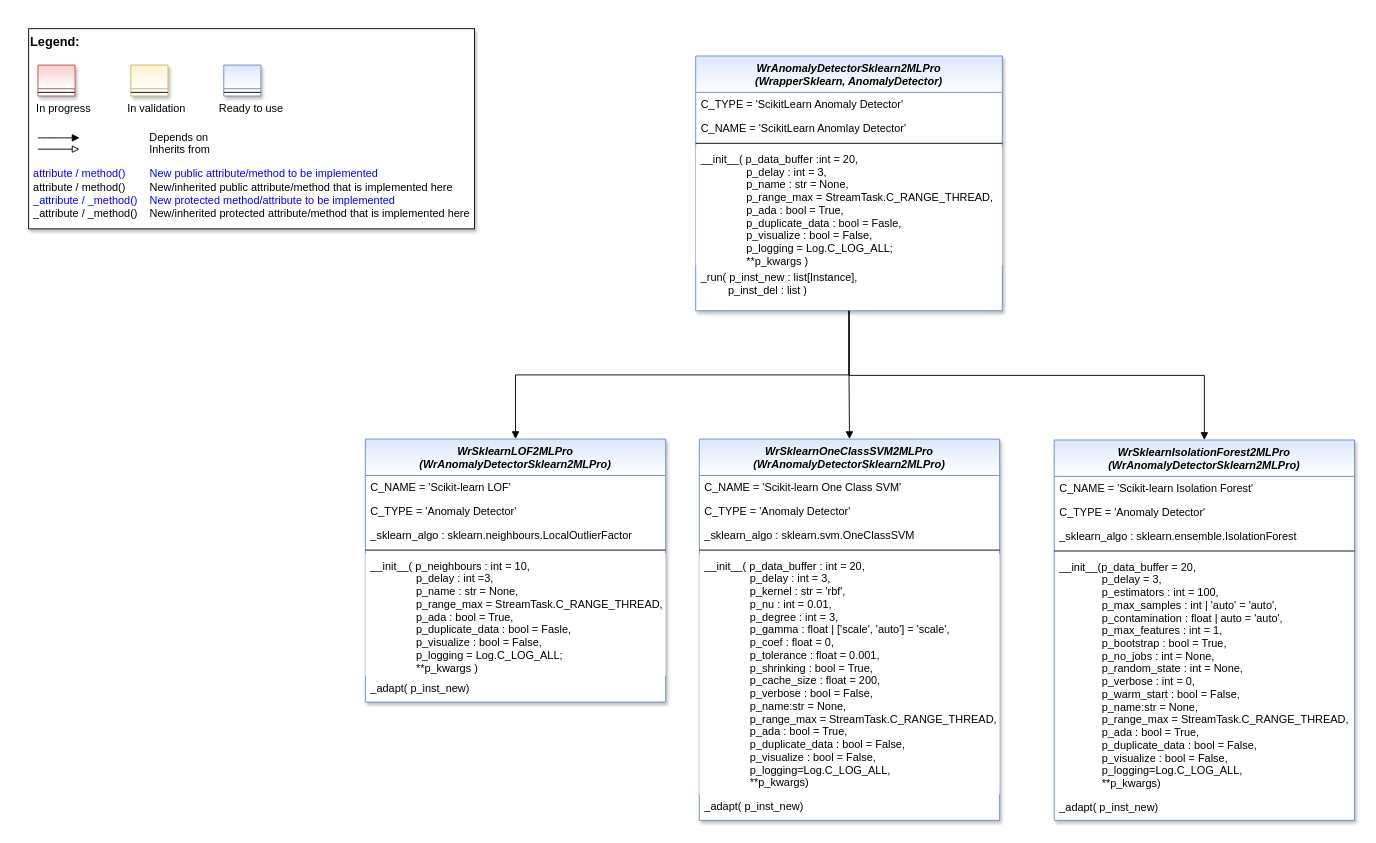
The draw.io diagram doc/rtd/content/02_api/images/MLPro-Int-scikit-learn-Anomaly_Detectors.drawio in fhswf/MLPro-Int-scikit-learn, before the edit. Source tidied: cells renumbered, new cells numbered last; positions are measured from the earlier drawing's top-left corner, leaving out a move shared by most shapes. Both pictures are drawn from the tidied source at 91%, with x=0, y=0 at pixel (28, 28).
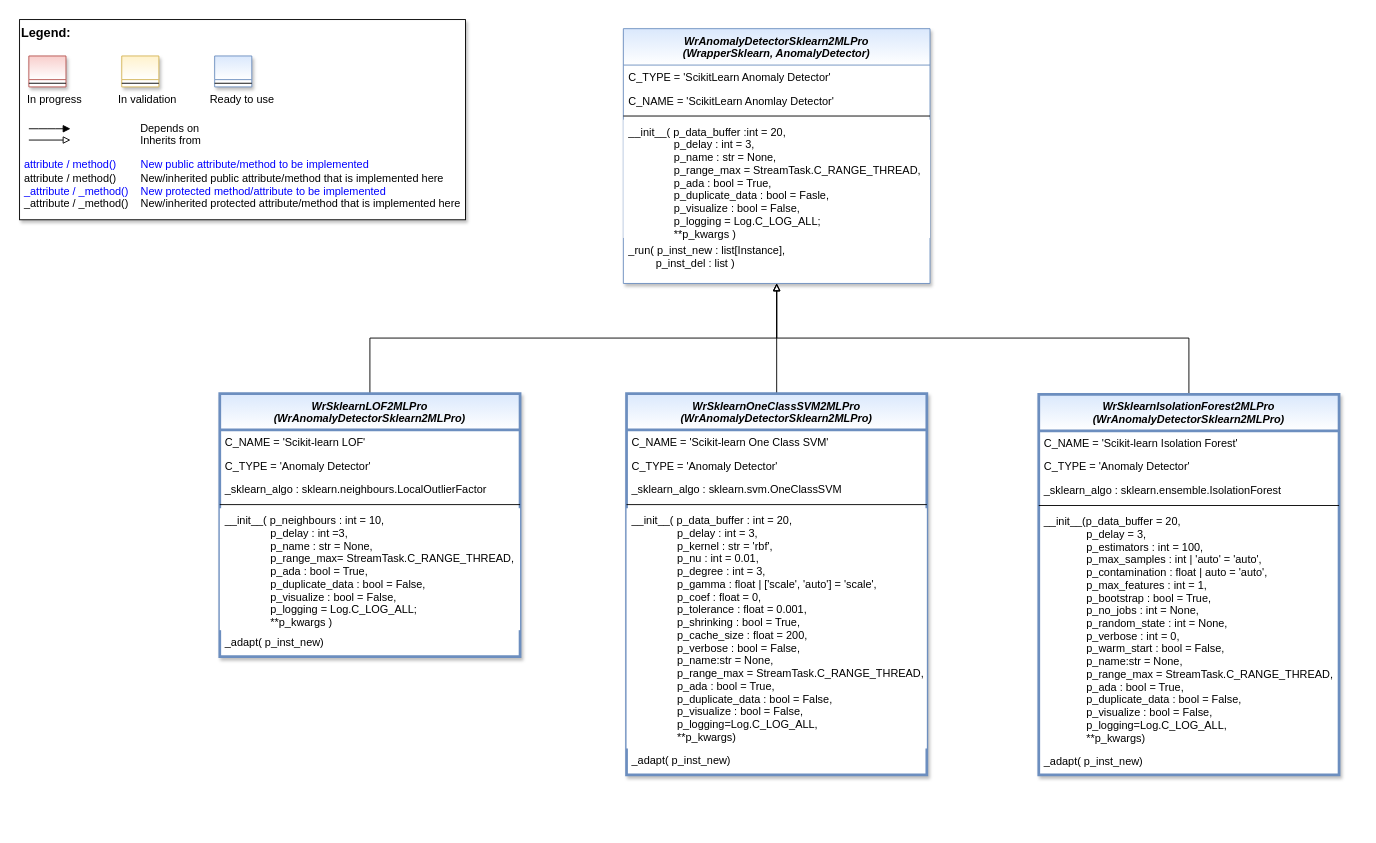
Above is the later version.

What changed in the source:
```diff
@@
     <mxCell id="2" style="group;" parent="1" vertex="1">
-      <mxGeometry width="490" height="220" as="geometry" />
+      <mxGeometry x="-10" y="-10" width="490" height="220" as="geometry" />
     </mxCell>
@@
+    <mxCell id="42" style="edgeStyle=orthogonalEdgeStyle;rounded=0;jettySize=auto;html=1;endArrow=block;endFill=0;" parent="1" edge="1" source="12" target="26">
+      <mxGeometry relative="1" as="geometry" />
+    </mxCell>
-    <mxCell id="12" value="WrSklearnOneClassSVM2MLPro&#10;(WrAnomalyDetectorSklearn2MLPro)" style="swimlane;fontStyle=3;align=center;verticalAlign=top;horizontal=1;startSize=40;rounded=0;shadow=1;strokeWidth=1;fillColor=#dae8fc;strokeColor=#6c8ebf;swimlaneFillColor=#ffffff;gradientColor=#FFFFFF;" parent="1" vertex="1">
-      <mxGeometry x="737" y="451" width="330" height="419" as="geometry" />
+    <mxCell id="12" value="WrSklearnOneClassSVM2MLPro&#10;(WrAnomalyDetectorSklearn2MLPro)" style="swimlane;fontStyle=3;align=center;verticalAlign=top;horizontal=1;startSize=40;rounded=0;shadow=1;strokeWidth=3;fillColor=#dae8fc;strokeColor=#6c8ebf;swimlaneFillColor=#ffffff;gradientColor=#FFFFFF;" parent="1" vertex="1">
+      <mxGeometry x="657" y="401" width="330" height="419" as="geometry" />
     </mxCell>
@@
+    <mxCell id="43" style="edgeStyle=orthogonalEdgeStyle;rounded=0;jettySize=auto;html=1;endArrow=block;endFill=0;" parent="1" edge="1" source="19" target="26">
+      <mxGeometry relative="1" as="geometry">
+        <Array as="points">
+          <mxPoint x="375" y="340" />
+          <mxPoint x="822" y="340" />
+        </Array>
+      </mxGeometry>
+    </mxCell>
-    <mxCell id="19" value="WrSklearnLOF2MLPro&#10;(WrAnomalyDetectorSklearn2MLPro)" style="swimlane;fontStyle=3;align=center;verticalAlign=top;horizontal=1;startSize=40;rounded=0;shadow=1;strokeWidth=1;fillColor=#dae8fc;strokeColor=#6c8ebf;swimlaneFillColor=#ffffff;gradientColor=#FFFFFF;" parent="1" vertex="1">
-      <mxGeometry x="370" y="451" width="330" height="289" as="geometry" />
+    <mxCell id="19" value="WrSklearnLOF2MLPro&#10;(WrAnomalyDetectorSklearn2MLPro)" style="swimlane;fontStyle=3;align=center;verticalAlign=top;horizontal=1;startSize=40;rounded=0;shadow=1;strokeWidth=3;fillColor=#dae8fc;strokeColor=#6c8ebf;swimlaneFillColor=#ffffff;gradientColor=#FFFFFF;" parent="1" vertex="1">
+      <mxGeometry x="210" y="401" width="330" height="289" as="geometry" />
     </mxCell>
@@
-    <mxCell id="24" value="__init__( p_neighbours : int = 10,&#10;               p_delay : int =3,&#10;               p_name : str = None,&#10;               p_range_max = StreamTask.C_RANGE_THREAD,&#10;               p_ada : bool = True,&#10;               p_duplicate_data : bool = Fasle,&#10;               p_visualize : bool = False,&#10;               p_logging = Log.C_LOG_ALL;&#10;               **p_kwargs )" style="text;align=left;verticalAlign=top;spacingLeft=4;spacingRight=4;overflow=hidden;fontColor=#000000;fillColor=#FFFFFF;labelBackgroundColor=default;" parent="19" vertex="1">
+    <mxCell id="24" value="__init__( p_neighbours : int = 10,&#10;               p_delay : int =3,&#10;               p_name : str = None,&#10;               p_range_max= StreamTask.C_RANGE_THREAD,&#10;               p_ada : bool = True,&#10;               p_duplicate_data : bool = False,&#10;               p_visualize : bool = False,&#10;               p_logging = Log.C_LOG_ALL;&#10;               **p_kwargs )" style="text;align=left;verticalAlign=top;spacingLeft=4;spacingRight=4;overflow=hidden;fontColor=#000000;fillColor=#FFFFFF;labelBackgroundColor=default;" parent="19" vertex="1">
       <mxGeometry y="126" width="330" height="134" as="geometry" />
     </mxCell>
@@
     <mxCell id="26" value="WrAnomalyDetectorSklearn2MLPro&#10;(WrapperSklearn, AnomalyDetector)" style="swimlane;fontStyle=3;align=center;verticalAlign=top;horizontal=1;startSize=40;rounded=0;shadow=1;strokeWidth=1;fillColor=#dae8fc;strokeColor=#6c8ebf;swimlaneFillColor=#ffffff;gradientColor=#FFFFFF;" parent="1" vertex="1">
-      <mxGeometry x="733" y="30" width="337" height="280" as="geometry" />
+      <mxGeometry x="653.5" width="337" height="280" as="geometry" />
     </mxCell>
@@
+    <mxCell id="44" style="edgeStyle=orthogonalEdgeStyle;rounded=0;jettySize=auto;html=1;endArrow=block;endFill=0;" parent="1" edge="1" source="32" target="26">
+      <mxGeometry relative="1" as="geometry">
+        <Array as="points">
+          <mxPoint x="1275" y="340" />
+          <mxPoint x="822" y="340" />
+        </Array>
+      </mxGeometry>
+    </mxCell>
-    <mxCell id="32" value="WrSklearnIsolationForest2MLPro&#10;(WrAnomalyDetectorSklearn2MLPro)" style="swimlane;fontStyle=3;align=center;verticalAlign=top;horizontal=1;startSize=40;rounded=0;shadow=1;strokeWidth=1;fillColor=#dae8fc;strokeColor=#6c8ebf;swimlaneFillColor=#ffffff;gradientColor=#FFFFFF;" parent="1" vertex="1">
-      <mxGeometry x="1127" y="452" width="330" height="418" as="geometry" />
+    <mxCell id="32" value="WrSklearnIsolationForest2MLPro&#10;(WrAnomalyDetectorSklearn2MLPro)" style="swimlane;fontStyle=3;align=center;verticalAlign=top;horizontal=1;startSize=40;rounded=0;shadow=1;strokeWidth=3;fillColor=#dae8fc;strokeColor=#6c8ebf;swimlaneFillColor=#ffffff;gradientColor=#FFFFFF;" parent="1" vertex="1">
+      <mxGeometry x="1110" y="402" width="330" height="418" as="geometry" />
     </mxCell>
@@
-    <mxCell id="39" style="edgeStyle=orthogonalEdgeStyle;rounded=0;jettySize=auto;html=1;fontColor=default;endArrow=block;endFill=1;exitX=0.5;exitY=1;exitDx=0;exitDy=0;entryX=0.5;entryY=0;entryDx=0;entryDy=0;" parent="1" edge="1" source="26" target="12">
-      <mxGeometry relative="1" as="geometry" />
-    </mxCell>
-    <mxCell id="40" style="edgeStyle=orthogonalEdgeStyle;rounded=0;jettySize=auto;html=1;fontColor=default;endArrow=block;endFill=1;exitX=0.5;exitY=1;exitDx=0;exitDy=0;entryX=0.5;entryY=0;entryDx=0;entryDy=0;" parent="1" edge="1" source="26" target="32">
-      <mxGeometry relative="1" as="geometry" />
-    </mxCell>
-    <mxCell id="41" style="edgeStyle=orthogonalEdgeStyle;rounded=0;jettySize=auto;html=1;fontColor=default;endArrow=block;endFill=1;exitX=0.5;exitY=1;exitDx=0;exitDy=0;entryX=0.5;entryY=0;entryDx=0;entryDy=0;" parent="1" edge="1" source="26" target="19">
-      <mxGeometry relative="1" as="geometry" />
-    </mxCell>
```
